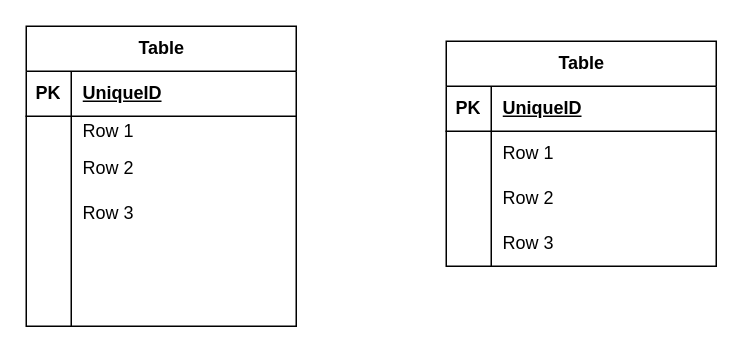
This is Semana3/Base de datos/Diagrama sin título.drawio from dAHli1909/CursoWeb2023, a draw.io file, before an edit. Source tidied: cells renumbered, new cells numbered last; positions are measured from the earlier drawing's top-left corner, leaving out a move shared by most shapes. Both pictures are drawn from the tidied source at 150%, with x=0, y=0 at pixel (26, 26).
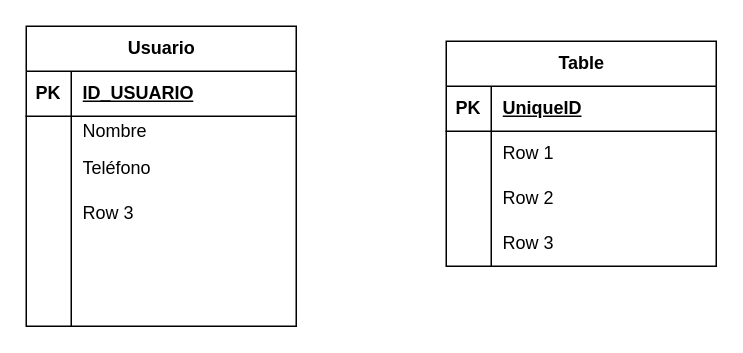
Above is the later version.

The change refers to these unchanged cells:
```xml
<mxCell id="3" style="shape=tableRow;horizontal=0;startSize=0;swimlaneHead=0;swimlaneBody=0;fillColor=none;top=0;left=0;right=0;bottom=1;" parent="2" vertex="1">
  <mxGeometry y="30" width="180" height="30" as="geometry" />
</mxCell>
<mxCell id="6" style="shape=tableRow;horizontal=0;startSize=0;swimlaneHead=0;swimlaneBody=0;fillColor=none;top=0;left=0;right=0;bottom=0;" parent="2" vertex="1">
  <mxGeometry y="60" width="180" height="20" as="geometry" />
</mxCell>
<mxCell id="9" style="shape=tableRow;horizontal=0;startSize=0;swimlaneHead=0;swimlaneBody=0;fillColor=none;top=0;left=0;right=0;bottom=0;" parent="2" vertex="1">
  <mxGeometry y="80" width="180" height="30" as="geometry" />
</mxCell>
```

What changed in the source:
```diff
@@
-    <mxCell id="2" value="Table" style="shape=table;startSize=30;childLayout=tableLayout;rowLines=0;fontStyle=1;align=center;html=1;" parent="1" vertex="1">
+    <mxCell id="2" value="Usuario" style="shape=table;startSize=30;childLayout=tableLayout;rowLines=0;fontStyle=1;align=center;html=1;" parent="1" vertex="1">
       <mxGeometry width="180" height="200" as="geometry" />
     </mxCell>
@@
-    <mxCell id="5" value="UniqueID" style="shape=partialRectangle;fillColor=none;top=0;left=0;bottom=0;right=0;align=left;spacingLeft=6;fontStyle=5;overflow=hidden;whiteSpace=wrap;html=1;" parent="3" vertex="1">
+    <mxCell id="5" value="ID_USUARIO" style="shape=partialRectangle;fillColor=none;top=0;left=0;bottom=0;right=0;align=left;spacingLeft=6;fontStyle=5;overflow=hidden;whiteSpace=wrap;html=1;" parent="3" vertex="1">
       <mxGeometry x="30" width="150" height="30" as="geometry" />
     </mxCell>
@@
-    <mxCell id="8" value="Row 1" style="shape=partialRectangle;fillColor=none;top=0;left=0;bottom=0;right=0;align=left;spacingLeft=6;overflow=hidden;whiteSpace=wrap;html=1;" parent="6" vertex="1">
+    <mxCell id="8" value="Nombre" style="shape=partialRectangle;fillColor=none;top=0;left=0;bottom=0;right=0;align=left;spacingLeft=6;overflow=hidden;whiteSpace=wrap;html=1;" parent="6" vertex="1">
       <mxGeometry x="30" width="150" height="20" as="geometry" />
     </mxCell>
@@
-    <mxCell id="11" value="Row 2" style="shape=partialRectangle;fillColor=none;top=0;left=0;bottom=0;right=0;align=left;spacingLeft=6;overflow=hidden;whiteSpace=wrap;html=1;" parent="9" vertex="1">
+    <mxCell id="11" value="Teléfono" style="shape=partialRectangle;fillColor=none;top=0;left=0;bottom=0;right=0;align=left;spacingLeft=6;overflow=hidden;whiteSpace=wrap;html=1;" parent="9" vertex="1">
       <mxGeometry x="30" width="150" height="30" as="geometry" />
     </mxCell>
```
